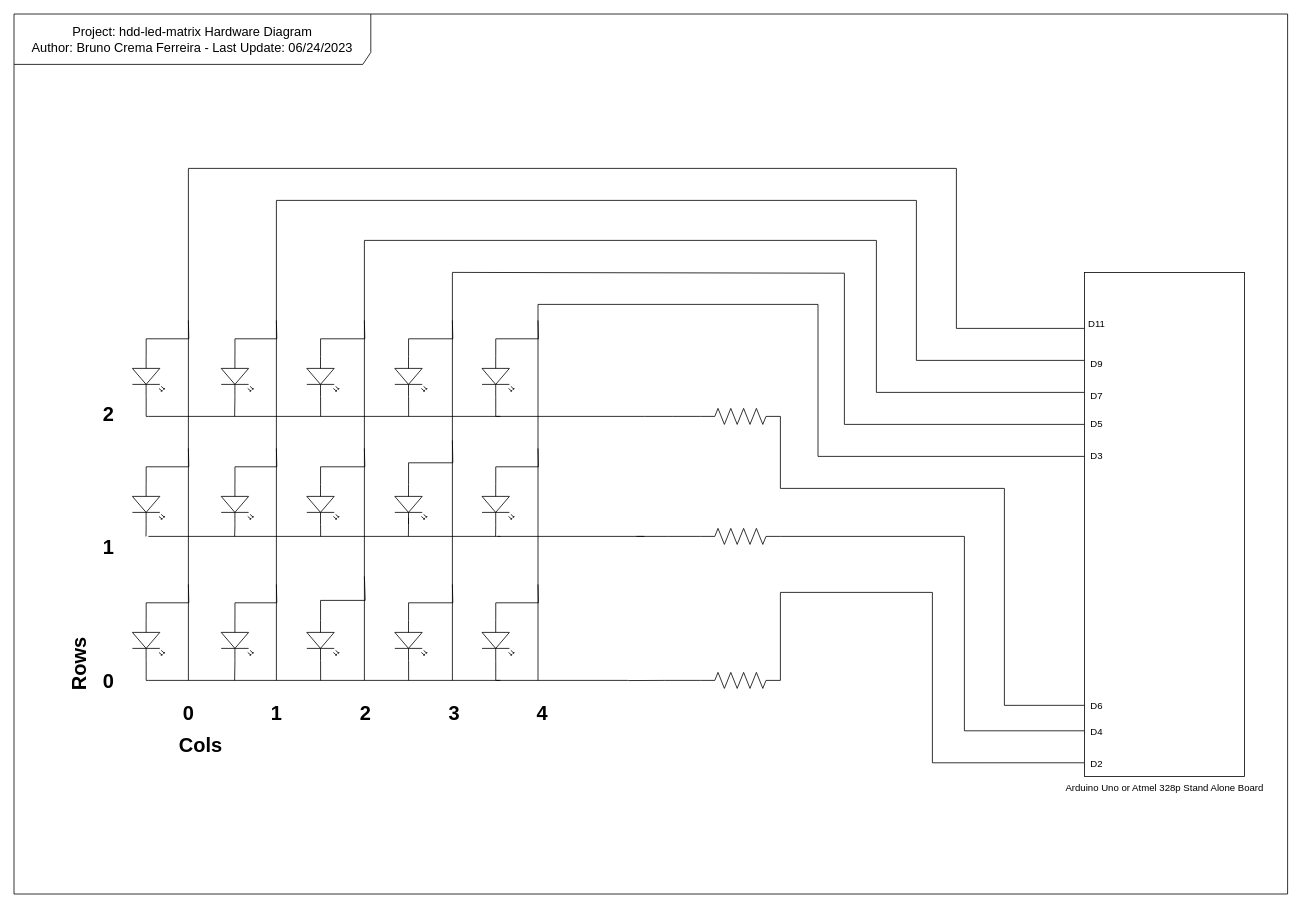
Earlier version of the draw.io diagram docs/diagrams.drawio (BrunoCremaFerreira/hdd-led-matrix). Source tidied: cells renumbered, new cells numbered last; positions are measured from the earlier drawing's top-left corner, leaving out a move shared by most shapes. Both pictures are drawn from the tidied source at 80%, with x=0, y=0 at pixel (14, 14).
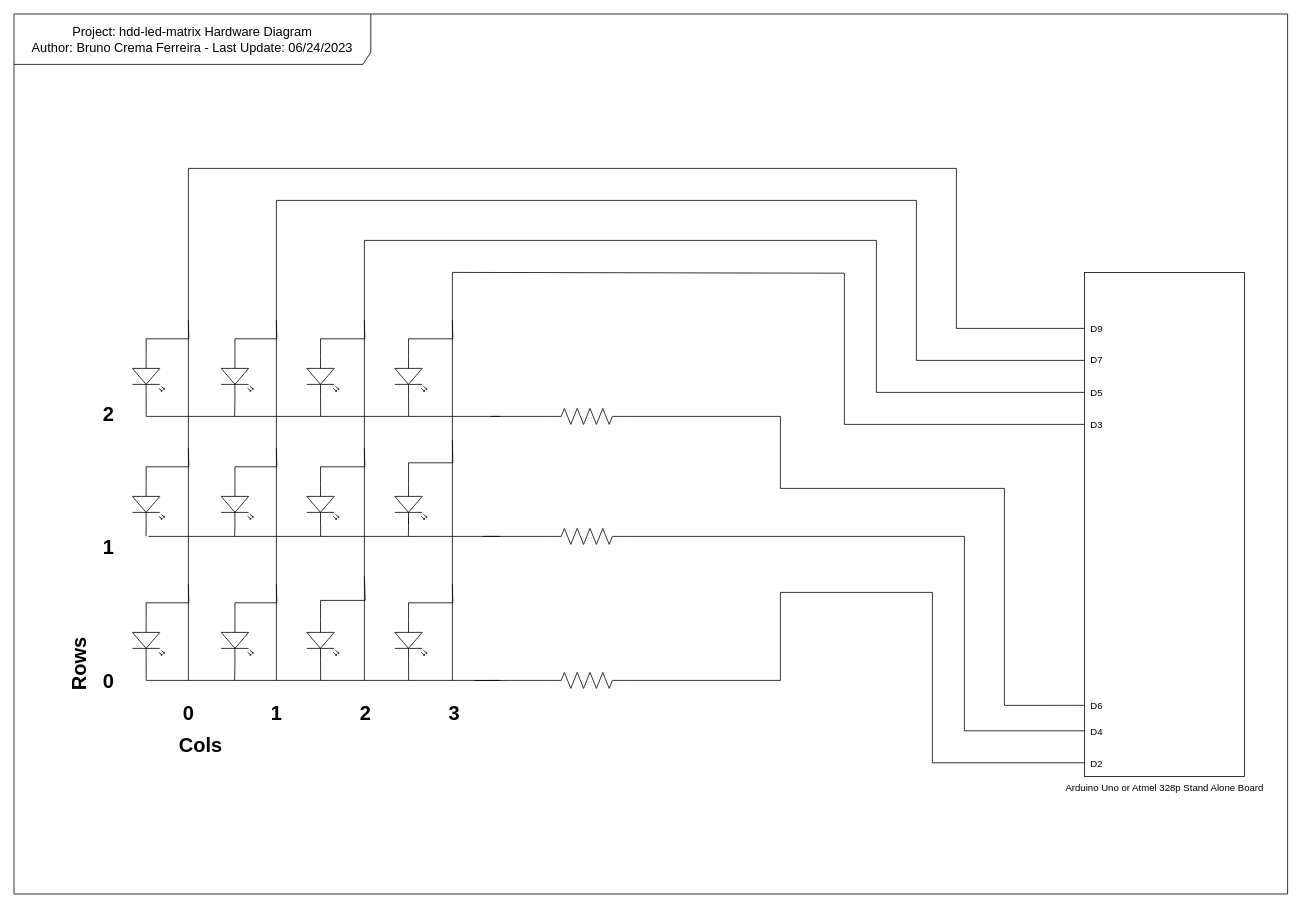
The same diagram, later.

The edit, as a diff of the source:
```diff
@@
-    <mxCell id="6" value="&lt;font style=&quot;font-size: 25px;&quot;&gt;&lt;b&gt;4&lt;/b&gt;&lt;/font&gt;" style="text;html=1;align=center;verticalAlign=middle;strokeColor=none;fillColor=none;" parent="1" vertex="1">
-      <mxGeometry x="640" y="853" width="40" height="40" as="geometry" />
-    </mxCell>
     <mxCell id="7" style="edgeStyle=orthogonalEdgeStyle;rounded=0;jettySize=auto;html=1;endArrow=none;endFill=0;" parent="1" edge="1" source="9">
       <mxGeometry relative="1" as="geometry">
-        <mxPoint x="778" y="653" as="targetPoint" />
+        <mxPoint x="586" y="653" as="targetPoint" />
       </mxGeometry>
     </mxCell>
@@
     <mxCell id="9" style="verticalLabelPosition=bottom;shadow=0;dashed=0;align=center;html=1;verticalAlign=top;shape=mxgraph.electrical.resistors.resistor_2;" parent="1" vertex="1">
-      <mxGeometry x="858" y="643" width="100" height="20" as="geometry" />
+      <mxGeometry x="666" y="643" width="100" height="20" as="geometry" />
     </mxCell>
@@
-    <mxCell id="53" style="edgeStyle=orthogonalEdgeStyle;rounded=0;jettySize=auto;html=1;exitX=0;exitY=0.57;exitDx=0;exitDy=0;exitPerimeter=0;endArrow=none;endFill=0;" parent="1" edge="1" source="55">
-      <mxGeometry relative="1" as="geometry">
-        <mxPoint x="655" y="383" as="targetPoint" />
-      </mxGeometry>
-    </mxCell>
-    <mxCell id="54" style="edgeStyle=orthogonalEdgeStyle;rounded=0;jettySize=auto;html=1;exitX=1;exitY=0.57;exitDx=0;exitDy=0;exitPerimeter=0;endArrow=none;endFill=0;" parent="1" edge="1" source="55">
-      <mxGeometry relative="1" as="geometry">
-        <mxPoint x="605" y="503" as="targetPoint" />
-        <Array as="points">
-          <mxPoint x="602" y="503" />
-        </Array>
-      </mxGeometry>
-    </mxCell>
-    <mxCell id="55" style="verticalLabelPosition=bottom;shadow=0;dashed=0;align=center;html=1;verticalAlign=top;shape=mxgraph.electrical.opto_electronics.led_2;rotation=90;" parent="1" vertex="1">
-      <mxGeometry x="580" y="433" width="50" height="40" as="geometry" />
-    </mxCell>
-    <mxCell id="56" style="edgeStyle=orthogonalEdgeStyle;rounded=0;jettySize=auto;html=1;exitX=0;exitY=0.57;exitDx=0;exitDy=0;exitPerimeter=0;endArrow=none;endFill=0;" parent="1" edge="1" source="58">
-      <mxGeometry relative="1" as="geometry">
-        <mxPoint x="655" y="543" as="targetPoint" />
-      </mxGeometry>
-    </mxCell>
-    <mxCell id="57" style="edgeStyle=orthogonalEdgeStyle;rounded=0;jettySize=auto;html=1;exitX=1;exitY=0.57;exitDx=0;exitDy=0;exitPerimeter=0;endArrow=none;endFill=0;" parent="1" edge="1" source="58">
-      <mxGeometry relative="1" as="geometry">
-        <mxPoint x="602" y="653" as="targetPoint" />
-        <Array as="points">
-          <mxPoint x="602" y="638" />
-        </Array>
-      </mxGeometry>
-    </mxCell>
-    <mxCell id="58" style="verticalLabelPosition=bottom;shadow=0;dashed=0;align=center;html=1;verticalAlign=top;shape=mxgraph.electrical.opto_electronics.led_2;rotation=90;" parent="1" vertex="1">
-      <mxGeometry x="580" y="593" width="50" height="40" as="geometry" />
-    </mxCell>
-    <mxCell id="59" style="edgeStyle=orthogonalEdgeStyle;rounded=0;jettySize=auto;html=1;exitX=0;exitY=0.57;exitDx=0;exitDy=0;exitPerimeter=0;endArrow=none;endFill=0;" parent="1" edge="1" source="61">
-      <mxGeometry relative="1" as="geometry">
-        <mxPoint x="655" y="713" as="targetPoint" />
-      </mxGeometry>
-    </mxCell>
-    <mxCell id="60" style="edgeStyle=orthogonalEdgeStyle;rounded=0;jettySize=auto;html=1;exitX=1;exitY=0.57;exitDx=0;exitDy=0;exitPerimeter=0;endArrow=none;endFill=0;" parent="1" edge="1" source="61">
-      <mxGeometry relative="1" as="geometry">
-        <mxPoint x="605" y="833" as="targetPoint" />
-        <Array as="points">
-          <mxPoint x="602" y="833" />
-        </Array>
-      </mxGeometry>
-    </mxCell>
-    <mxCell id="61" style="verticalLabelPosition=bottom;shadow=0;dashed=0;align=center;html=1;verticalAlign=top;shape=mxgraph.electrical.opto_electronics.led_2;rotation=90;" parent="1" vertex="1">
-      <mxGeometry x="580" y="763" width="50" height="40" as="geometry" />
-    </mxCell>
-    <mxCell id="62" style="endArrow=none;html=1;rounded=0;" parent="1" edge="1">
-      <mxGeometry relative="1" as="geometry">
-        <mxPoint x="655" y="833" as="sourcePoint" />
-        <mxPoint x="655" y="363" as="targetPoint" />
-      </mxGeometry>
-    </mxCell>
-    <mxCell id="63" style="endArrow=none;html=1;rounded=0;endFill=0;" parent="1" edge="1">
-      <mxGeometry relative="1" as="geometry">
-        <mxPoint x="605" y="503" as="sourcePoint" />
-        <mxPoint x="788" y="503" as="targetPoint" />
-      </mxGeometry>
-    </mxCell>
-    <mxCell id="64" style="endArrow=none;html=1;rounded=0;endFill=0;" parent="1" edge="1">
-      <mxGeometry relative="1" as="geometry">
-        <mxPoint x="605" y="653" as="sourcePoint" />
-        <mxPoint x="788" y="653" as="targetPoint" />
-      </mxGeometry>
-    </mxCell>
-    <mxCell id="65" style="endArrow=none;html=1;rounded=0;endFill=0;" parent="1" edge="1">
-      <mxGeometry relative="1" as="geometry">
-        <mxPoint x="605" y="833" as="sourcePoint" />
-        <mxPoint x="768" y="833" as="targetPoint" />
-      </mxGeometry>
-    </mxCell>
@@
     <mxCell id="69" style="edgeStyle=orthogonalEdgeStyle;rounded=0;jettySize=auto;html=1;endArrow=none;endFill=0;" parent="1" edge="1" source="71">
       <mxGeometry relative="1" as="geometry">
-        <mxPoint x="788" y="503" as="targetPoint" />
+        <mxPoint x="596" y="503" as="targetPoint" />
       </mxGeometry>
     </mxCell>
@@
     <mxCell id="71" style="verticalLabelPosition=bottom;shadow=0;dashed=0;align=center;html=1;verticalAlign=top;shape=mxgraph.electrical.resistors.resistor_2;" parent="1" vertex="1">
-      <mxGeometry x="858" y="493" width="100" height="20" as="geometry" />
+      <mxGeometry x="666" y="493" width="100" height="20" as="geometry" />
     </mxCell>
     <mxCell id="72" style="edgeStyle=orthogonalEdgeStyle;rounded=0;jettySize=auto;html=1;exitX=0;exitY=0.5;exitDx=0;exitDy=0;exitPerimeter=0;endArrow=none;endFill=0;" parent="1" edge="1" source="74">
       <mxGeometry relative="1" as="geometry">
-        <mxPoint x="768" y="833.2" as="targetPoint" />
+        <mxPoint x="576" y="833.2" as="targetPoint" />
       </mxGeometry>
     </mxCell>
@@
     <mxCell id="74" style="verticalLabelPosition=bottom;shadow=0;dashed=0;align=center;html=1;verticalAlign=top;shape=mxgraph.electrical.resistors.resistor_2;" parent="1" vertex="1">
-      <mxGeometry x="858" y="823" width="100" height="20" as="geometry" />
+      <mxGeometry x="666" y="823" width="100" height="20" as="geometry" />
     </mxCell>
@@
-    <mxCell id="77" style="edgeStyle=orthogonalEdgeStyle;rounded=0;orthogonalLoop=1;jettySize=auto;html=1;endArrow=none;endFill=0;" parent="1" edge="1">
-      <mxGeometry relative="1" as="geometry">
-        <mxPoint x="1345" y="553" as="sourcePoint" />
-        <mxPoint x="655" y="363" as="targetPoint" />
-        <Array as="points">
-          <mxPoint x="1005" y="553" />
-          <mxPoint x="1005" y="363" />
-          <mxPoint x="665" y="363" />
-        </Array>
-      </mxGeometry>
-    </mxCell>
@@
     <mxCell id="87" value="D3" style="text;html=1;align=center;verticalAlign=middle;strokeColor=none;fillColor=none;" parent="1" vertex="1">
-      <mxGeometry x="1333" y="538" width="40" height="30" as="geometry" />
+      <mxGeometry x="1333" y="499" width="40" height="30" as="geometry" />
     </mxCell>
     <mxCell id="88" value="D5" style="text;html=1;align=center;verticalAlign=middle;strokeColor=none;fillColor=none;" parent="1" vertex="1">
-      <mxGeometry x="1333" y="498" width="40" height="30" as="geometry" />
+      <mxGeometry x="1333" y="459" width="40" height="30" as="geometry" />
     </mxCell>
     <mxCell id="89" value="D7" style="text;html=1;align=center;verticalAlign=middle;strokeColor=none;fillColor=none;" parent="1" vertex="1">
-      <mxGeometry x="1333" y="463" width="40" height="30" as="geometry" />
+      <mxGeometry x="1333" y="418" width="40" height="30" as="geometry" />
     </mxCell>
     <mxCell id="90" value="D9" style="text;html=1;align=center;verticalAlign=middle;strokeColor=none;fillColor=none;" parent="1" vertex="1">
-      <mxGeometry x="1333" y="423" width="40" height="30" as="geometry" />
+      <mxGeometry x="1333" y="379" width="40" height="30" as="geometry" />
     </mxCell>
-    <mxCell id="91" value="D11" style="text;html=1;align=center;verticalAlign=middle;strokeColor=none;fillColor=none;" parent="1" vertex="1">
-      <mxGeometry x="1333" y="373" width="40" height="30" as="geometry" />
-    </mxCell>
```
